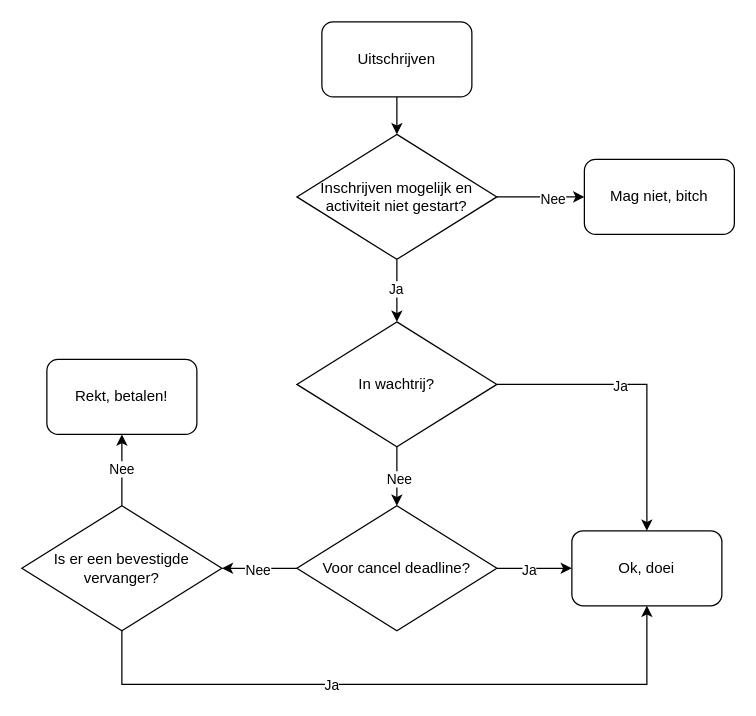
Above: page "Uitschrijven" (2 of 3) of docs/activitetien-de-registratie-beleid-voorstel.drawio in SypTitan/loefsys (draw.io), before the change. Source tidied: cells renumbered, new cells numbered last; positions are measured from the earlier drawing's top-left corner, leaving out a move shared by most shapes. Both pictures are drawn from the tidied source at 125%, with x=0, y=0 at pixel (21, 21).
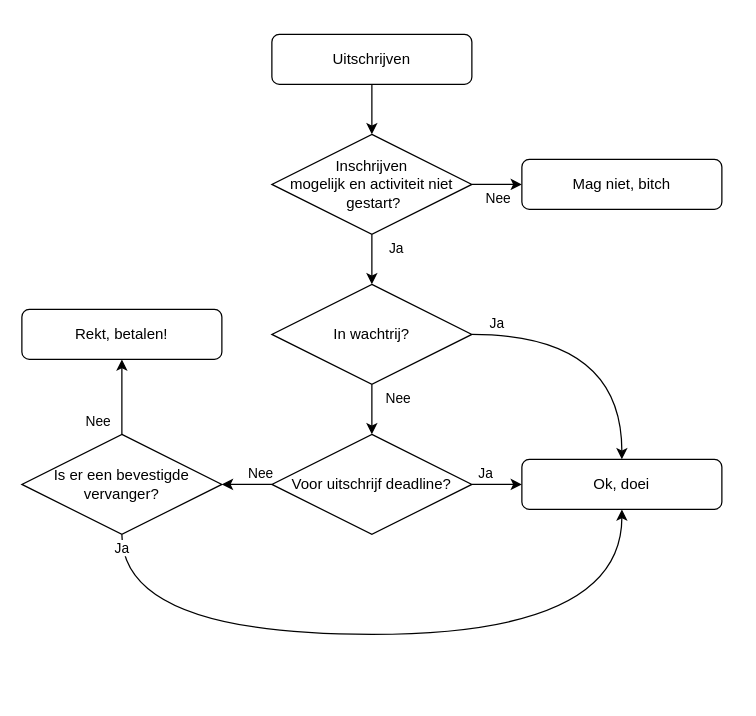
Above is the later version.

The change refers to these unchanged cells:
```xml
<mxCell id="5" style="endArrow=classic;html=1;rounded=0;exitX=1;exitY=0.5;exitDx=0;exitDy=0;entryX=0;entryY=0.5;entryDx=0;entryDy=0;" parent="1" edge="1" source="3" target="9">
  <mxGeometry relative="1" as="geometry" />
</mxCell>
<mxCell id="7" style="endArrow=classic;html=1;rounded=0;exitX=0.5;exitY=1;exitDx=0;exitDy=0;entryX=0.5;entryY=0;entryDx=0;entryDy=0;" parent="1" edge="1" source="3" target="10">
  <mxGeometry relative="1" as="geometry" />
</mxCell>
<mxCell id="15" style="endArrow=classic;html=1;rounded=0;entryX=0.5;entryY=0;entryDx=0;entryDy=0;exitX=0.5;exitY=1;exitDx=0;exitDy=0;" parent="1" edge="1" source="10" target="14">
  <mxGeometry relative="1" as="geometry" />
</mxCell>
<mxCell id="17" style="endArrow=classic;html=1;rounded=0;exitX=1;exitY=0.5;exitDx=0;exitDy=0;entryX=0;entryY=0.5;entryDx=0;entryDy=0;" parent="1" edge="1" source="14" target="11">
  <mxGeometry relative="1" as="geometry" />
</mxCell>
<mxCell id="20" style="endArrow=classic;html=1;rounded=0;entryX=1;entryY=0.5;entryDx=0;entryDy=0;exitX=0;exitY=0.5;exitDx=0;exitDy=0;" parent="1" edge="1" source="14" target="19">
  <mxGeometry relative="1" as="geometry" />
</mxCell>
<mxCell id="23" style="endArrow=classic;html=1;rounded=0;entryX=0.5;entryY=1;entryDx=0;entryDy=0;exitX=0.5;exitY=0;exitDx=0;exitDy=0;" parent="1" edge="1" source="19" target="22">
  <mxGeometry relative="1" as="geometry" />
</mxCell>
```

Diff of the diagram source:
```diff
@@
     <mxCell id="2" value="Uitschrijven" style="rounded=1;whiteSpace=wrap;html=1;" parent="1" vertex="1">
-      <mxGeometry x="240" width="120" height="60" as="geometry" />
+      <mxGeometry x="200" y="10" width="160" height="40" as="geometry" />
     </mxCell>
-    <mxCell id="3" value="Inschrijven mogelijk en activiteit niet gestart?" style="rhombus;whiteSpace=wrap;html=1;" parent="1" vertex="1">
-      <mxGeometry x="220" y="90" width="160" height="100" as="geometry" />
+    <mxCell id="3" value="&lt;font style=&quot;font-size: 12px;&quot;&gt;Inschrijven &lt;br&gt;mogelijk en activiteit&amp;nbsp;niet&lt;br&gt;&amp;nbsp;gestart?&lt;/font&gt;" style="rhombus;whiteSpace=wrap;html=1;" parent="1" vertex="1">
+      <mxGeometry x="200" y="90" width="160" height="80" as="geometry" />
     </mxCell>
@@
     <mxCell id="6" value="Nee" style="edgeLabel;html=1;align=center;verticalAlign=middle;" parent="5" vertex="1">
-      <mxGeometry x="0.25" y="-1" relative="1" as="geometry" />
+      <mxGeometry x="0.25" y="-1" relative="1" as="geometry">
+        <mxPoint x="-5" y="9" as="offset" />
+      </mxGeometry>
     </mxCell>
@@
     <mxCell id="8" value="Ja&amp;nbsp;" style="edgeLabel;html=1;align=center;verticalAlign=middle;" parent="7" vertex="1">
-      <mxGeometry x="-0.09" relative="1" as="geometry" />
+      <mxGeometry x="-0.09" relative="1" as="geometry">
+        <mxPoint x="20" y="-8" as="offset" />
+      </mxGeometry>
     </mxCell>
     <mxCell id="9" value="Mag niet, bitch" style="rounded=1;whiteSpace=wrap;html=1;" parent="1" vertex="1">
-      <mxGeometry x="450" y="110" width="120" height="60" as="geometry" />
+      <mxGeometry x="400" y="110" width="160" height="40" as="geometry" />
     </mxCell>
     <mxCell id="10" value="In wachtrij?" style="rhombus;whiteSpace=wrap;html=1;" parent="1" vertex="1">
-      <mxGeometry x="220" y="240" width="160" height="100" as="geometry" />
+      <mxGeometry x="200" y="210" width="160" height="80" as="geometry" />
     </mxCell>
     <mxCell id="11" value="Ok, doei" style="rounded=1;whiteSpace=wrap;html=1;" parent="1" vertex="1">
-      <mxGeometry x="440" y="407.1" width="120" height="60" as="geometry" />
+      <mxGeometry x="400" y="350" width="160" height="40" as="geometry" />
     </mxCell>
-    <mxCell id="12" style="endArrow=classic;html=1;rounded=0;exitX=1;exitY=0.5;exitDx=0;exitDy=0;entryX=0.5;entryY=0;entryDx=0;entryDy=0;" parent="1" edge="1" source="10" target="11">
-      <mxGeometry relative="1" as="geometry">
-        <Array as="points">
-          <mxPoint x="500" y="290" />
-        </Array>
-      </mxGeometry>
+    <mxCell id="12" style="endArrow=classic;html=1;rounded=0;exitX=1;exitY=0.5;exitDx=0;exitDy=0;entryX=0.5;entryY=0;entryDx=0;entryDy=0;edgeStyle=orthogonalEdgeStyle;curved=1;" parent="1" edge="1" source="10" target="11">
+      <mxGeometry relative="1" as="geometry" />
     </mxCell>
     <mxCell id="13" value="Ja" style="edgeLabel;html=1;align=center;verticalAlign=middle;" parent="12" vertex="1">
-      <mxGeometry x="-0.17" y="-1" relative="1" as="geometry" />
+      <mxGeometry x="-0.17" y="-1" relative="1" as="geometry">
+        <mxPoint x="-72" y="-11" as="offset" />
+      </mxGeometry>
     </mxCell>
-    <mxCell id="14" value="Voor cancel deadline?" style="rhombus;whiteSpace=wrap;html=1;" parent="1" vertex="1">
-      <mxGeometry x="220" y="387.1" width="160" height="100" as="geometry" />
+    <mxCell id="14" value="Voor uitschrijf deadline?" style="rhombus;whiteSpace=wrap;html=1;" parent="1" vertex="1">
+      <mxGeometry x="200" y="330" width="160" height="80" as="geometry" />
     </mxCell>
@@
     <mxCell id="16" value="Nee" style="edgeLabel;html=1;align=center;verticalAlign=middle;" parent="15" vertex="1">
-      <mxGeometry x="0.05" y="1" relative="1" as="geometry" />
+      <mxGeometry x="0.05" y="1" relative="1" as="geometry">
+        <mxPoint x="19" y="-11" as="offset" />
+      </mxGeometry>
     </mxCell>
@@
     <mxCell id="18" value="Ja" style="edgeLabel;html=1;align=center;verticalAlign=middle;" parent="17" vertex="1">
-      <mxGeometry x="-0.17" y="-1" relative="1" as="geometry" />
+      <mxGeometry x="-0.17" y="-1" relative="1" as="geometry">
+        <mxPoint x="-7" y="-11" as="offset" />
+      </mxGeometry>
     </mxCell>
     <mxCell id="19" value="Is er een bevestigde&lt;br&gt;vervanger?" style="rhombus;whiteSpace=wrap;html=1;" parent="1" vertex="1">
-      <mxGeometry y="387.1" width="160" height="100" as="geometry" />
+      <mxGeometry y="330" width="160" height="80" as="geometry" />
     </mxCell>
@@
     <mxCell id="21" value="Nee" style="edgeLabel;html=1;align=center;verticalAlign=middle;" parent="20" vertex="1">
-      <mxGeometry x="0.05" y="1" relative="1" as="geometry" />
+      <mxGeometry x="0.05" y="1" relative="1" as="geometry">
+        <mxPoint x="11" y="-11" as="offset" />
+      </mxGeometry>
     </mxCell>
     <mxCell id="22" value="Rekt, betalen!" style="rounded=1;whiteSpace=wrap;html=1;" parent="1" vertex="1">
-      <mxGeometry x="20" y="270" width="120" height="60" as="geometry" />
+      <mxGeometry y="230" width="160" height="40" as="geometry" />
     </mxCell>
@@
     <mxCell id="24" value="Nee" style="edgeLabel;html=1;align=center;verticalAlign=middle;" parent="23" vertex="1">
-      <mxGeometry x="0.05" y="1" relative="1" as="geometry" />
+      <mxGeometry x="0.05" y="1" relative="1" as="geometry">
+        <mxPoint x="-19" y="21" as="offset" />
+      </mxGeometry>
     </mxCell>
-    <mxCell id="25" style="endArrow=classic;html=1;rounded=0;exitX=0.5;exitY=1;exitDx=0;exitDy=0;entryX=0.5;entryY=1;entryDx=0;entryDy=0;" parent="1" edge="1" source="19" target="11">
+    <mxCell id="25" style="endArrow=classic;html=1;rounded=0;exitX=0.5;exitY=1;exitDx=0;exitDy=0;entryX=0.5;entryY=1;entryDx=0;entryDy=0;edgeStyle=orthogonalEdgeStyle;curved=1;" parent="1" edge="1" source="19" target="11">
       <mxGeometry relative="1" as="geometry">
         <Array as="points">
-          <mxPoint x="80" y="530" />
-          <mxPoint x="500" y="530" />
+          <mxPoint x="80" y="490" />
+          <mxPoint x="480" y="490" />
         </Array>
       </mxGeometry>
     </mxCell>
     <mxCell id="26" value="Ja" style="edgeLabel;html=1;align=center;verticalAlign=middle;" parent="25" vertex="1">
-      <mxGeometry x="-0.2" relative="1" as="geometry" />
+      <mxGeometry x="-0.2" relative="1" as="geometry">
+        <mxPoint x="-153" y="-70" as="offset" />
+      </mxGeometry>
     </mxCell>
```
